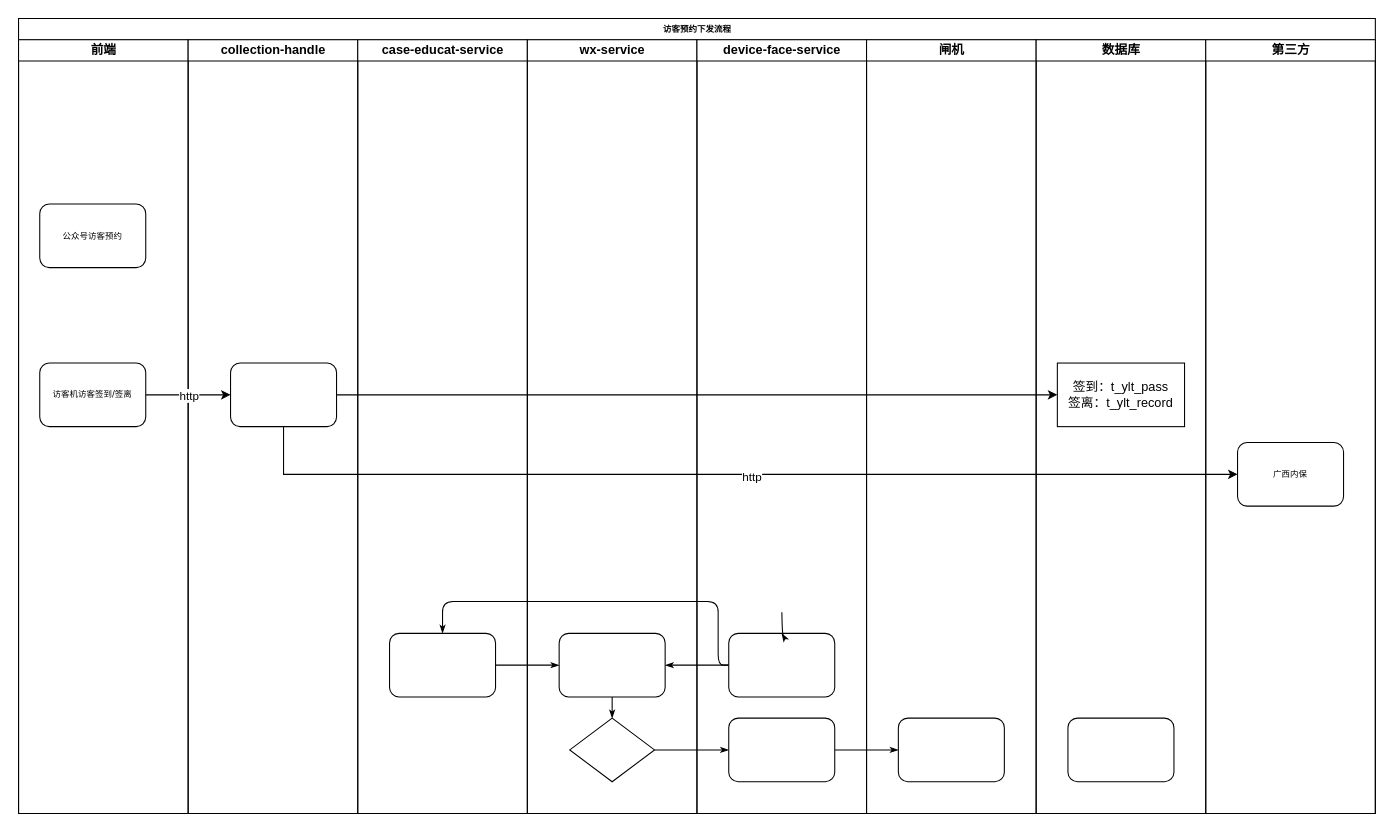
This is Untitled Diagram.drawio from zhenyinhuo/hello-world, a draw.io file, before an edit. Source tidied: cells renumbered, new cells numbered last; positions are measured from the earlier drawing's top-left corner, leaving out a move shared by most shapes. Both pictures are drawn from the tidied source at 106%, with x=0, y=0 at pixel (18, 18).
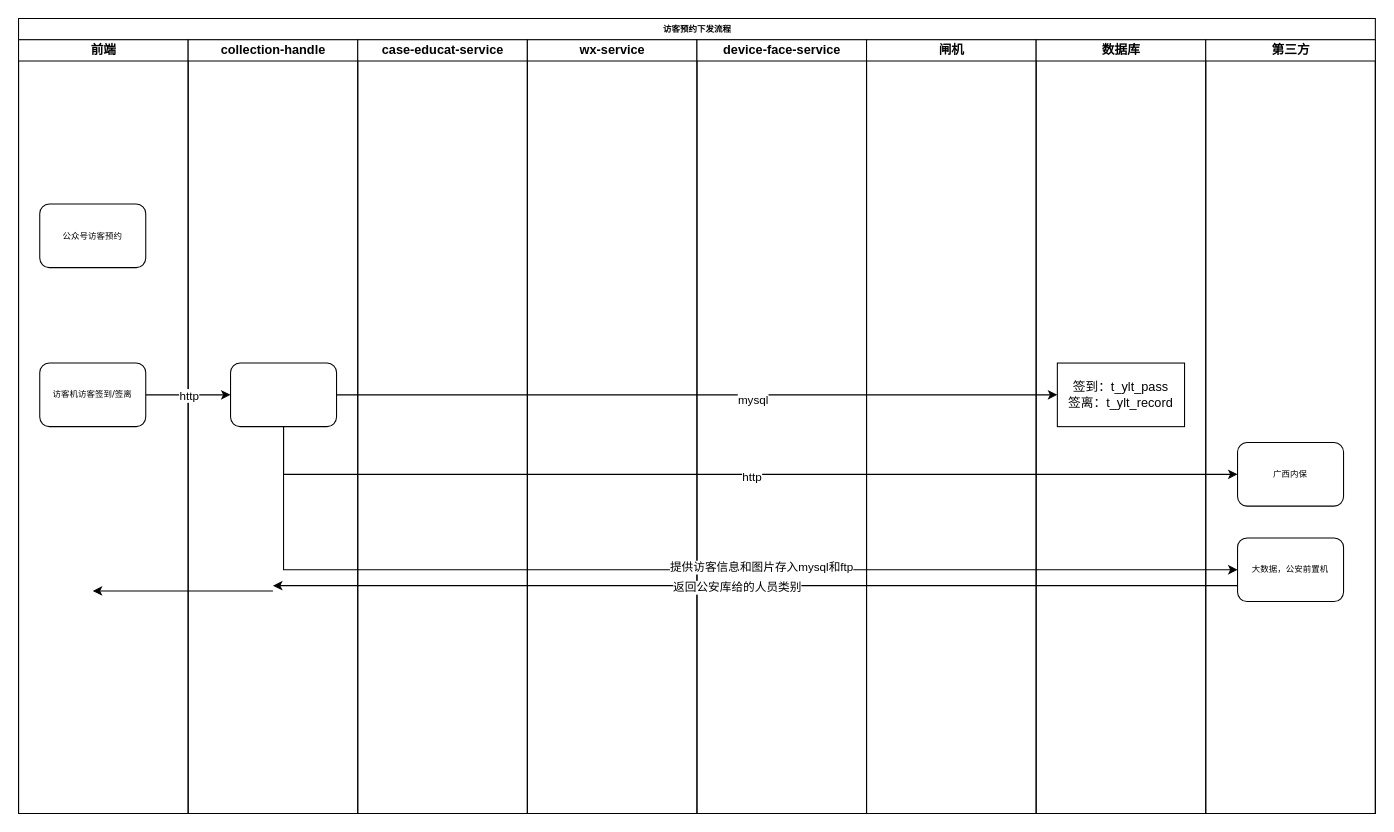
The same diagram, later.

Unchanged cells that the change refers to:
```xml
<mxCell id="2" value="访客预约下发流程" style="swimlane;html=1;startSize=20;rounded=0;shadow=0;labelBackgroundColor=none;strokeWidth=1;fontFamily=Verdana;fontSize=8;align=center;" parent="1" vertex="1">
  <mxGeometry width="1280" height="750" as="geometry" />
</mxCell>
<mxCell id="12" style="rounded=1;whiteSpace=wrap;html=1;shadow=0;labelBackgroundColor=none;strokeWidth=1;fontFamily=Verdana;fontSize=8;align=center;" parent="11" vertex="1">
  <mxGeometry x="40" y="305" width="100" height="60" as="geometry" />
</mxCell>
<mxCell id="13" value="case-educat-service" style="swimlane;html=1;startSize=20;" parent="2" vertex="1">
  <mxGeometry x="320" y="20" width="160" height="730" as="geometry" />
</mxCell>
<mxCell id="15" value="wx-service" style="swimlane;html=1;startSize=20;" parent="2" vertex="1">
  <mxGeometry x="480" y="20" width="160" height="730" as="geometry" />
</mxCell>
<mxCell id="19" value="device-face-service" style="swimlane;html=1;startSize=20;" parent="2" vertex="1">
  <mxGeometry x="640" y="20" width="160" height="730" as="geometry" />
</mxCell>
<mxCell id="23" value="闸机" style="swimlane;html=1;startSize=20;" parent="2" vertex="1">
  <mxGeometry x="800" y="20" width="160" height="730" as="geometry" />
</mxCell>
<mxCell id="25" value="数据库" style="swimlane;html=1;startSize=20;" parent="2" vertex="1">
  <mxGeometry x="960" y="20" width="160" height="730" as="geometry" />
</mxCell>
<mxCell id="28" value="第三方" style="swimlane;html=1;startSize=20;" parent="2" vertex="1">
  <mxGeometry x="1120" y="20" width="160" height="730" as="geometry" />
</mxCell>
<mxCell id="32" style="edgeStyle=orthogonalEdgeStyle;rounded=0;jettySize=auto;html=1;exitX=1;exitY=0.5;exitDx=0;exitDy=0;entryX=0;entryY=0.5;entryDx=0;entryDy=0;" parent="2" edge="1" source="12" target="27">
  <mxGeometry relative="1" as="geometry" />
</mxCell>
```

Diff of the diagram source:
```diff
@@
-    <mxCell id="6" style="edgeStyle=orthogonalEdgeStyle;rounded=1;html=1;labelBackgroundColor=none;startArrow=none;startFill=0;startSize=5;endArrow=classicThin;endFill=1;endSize=5;jettySize=auto;strokeWidth=1;fontFamily=Verdana;fontSize=8;" parent="2" edge="1" source="17" target="21">
-      <mxGeometry relative="1" as="geometry" />
-    </mxCell>
-    <mxCell id="7" style="edgeStyle=orthogonalEdgeStyle;rounded=1;html=1;labelBackgroundColor=none;startArrow=none;startFill=0;startSize=5;endArrow=classicThin;endFill=1;endSize=5;jettySize=auto;strokeWidth=1;fontFamily=Verdana;fontSize=8;" parent="2" edge="1" source="21" target="24">
-      <mxGeometry relative="1" as="geometry" />
-    </mxCell>
-    <mxCell id="8" style="edgeStyle=orthogonalEdgeStyle;rounded=1;html=1;labelBackgroundColor=none;startArrow=none;startFill=0;startSize=5;endArrow=classicThin;endFill=1;endSize=5;jettySize=auto;strokeWidth=1;fontFamily=Verdana;fontSize=8;" parent="2" edge="1" source="20" target="14">
-      <mxGeometry relative="1" as="geometry">
-        <Array as="points">
-          <mxPoint x="660" y="610" />
-          <mxPoint x="660" y="550" />
-          <mxPoint x="400" y="550" />
-        </Array>
-      </mxGeometry>
-    </mxCell>
-    <mxCell id="9" style="edgeStyle=orthogonalEdgeStyle;rounded=1;html=1;labelBackgroundColor=none;startArrow=none;startFill=0;startSize=5;endArrow=classicThin;endFill=1;endSize=5;jettySize=auto;strokeColor=#000000;strokeWidth=1;fontFamily=Verdana;fontSize=8;fontColor=#000000;" parent="2" edge="1" source="20" target="16">
-      <mxGeometry relative="1" as="geometry" />
-    </mxCell>
-    <mxCell id="10" style="edgeStyle=orthogonalEdgeStyle;rounded=1;html=1;labelBackgroundColor=none;startArrow=none;startFill=0;startSize=5;endArrow=classicThin;endFill=1;endSize=5;jettySize=auto;strokeWidth=1;fontFamily=Verdana;fontSize=8;" parent="2" edge="1" source="14" target="16">
-      <mxGeometry relative="1" as="geometry" />
-    </mxCell>
@@
-    <mxCell id="14" style="rounded=1;whiteSpace=wrap;html=1;shadow=0;labelBackgroundColor=none;strokeWidth=1;fontFamily=Verdana;fontSize=8;align=center;" parent="13" vertex="1">
-      <mxGeometry x="30" y="560" width="100" height="60" as="geometry" />
-    </mxCell>
@@
-    <mxCell id="16" style="rounded=1;whiteSpace=wrap;html=1;shadow=0;labelBackgroundColor=none;strokeWidth=1;fontFamily=Verdana;fontSize=8;align=center;" parent="15" vertex="1">
-      <mxGeometry x="30" y="560" width="100" height="60" as="geometry" />
-    </mxCell>
-    <mxCell id="17" style="rhombus;whiteSpace=wrap;html=1;rounded=0;shadow=0;labelBackgroundColor=none;strokeWidth=1;fontFamily=Verdana;fontSize=8;align=center;" parent="15" vertex="1">
-      <mxGeometry x="40" y="640" width="80" height="60" as="geometry" />
-    </mxCell>
-    <mxCell id="18" style="edgeStyle=orthogonalEdgeStyle;rounded=1;html=1;labelBackgroundColor=none;startArrow=none;startFill=0;startSize=5;endArrow=classicThin;endFill=1;endSize=5;jettySize=auto;strokeWidth=1;fontFamily=Verdana;fontSize=8;" parent="15" edge="1" source="16" target="17">
-      <mxGeometry relative="1" as="geometry" />
-    </mxCell>
@@
-    <mxCell id="20" style="rounded=1;whiteSpace=wrap;html=1;shadow=0;labelBackgroundColor=none;strokeWidth=1;fontFamily=Verdana;fontSize=8;align=center;" parent="19" vertex="1">
-      <mxGeometry x="30" y="560" width="100" height="60" as="geometry" />
-    </mxCell>
-    <mxCell id="21" style="rounded=1;whiteSpace=wrap;html=1;shadow=0;labelBackgroundColor=none;strokeWidth=1;fontFamily=Verdana;fontSize=8;align=center;" parent="19" vertex="1">
-      <mxGeometry x="30" y="640" width="100" height="60" as="geometry" />
-    </mxCell>
-    <mxCell id="22" style="edgeStyle=orthogonalEdgeStyle;rounded=1;html=1;labelBackgroundColor=none;startArrow=none;startFill=0;startSize=5;endArrow=classicThin;endFill=1;endSize=5;jettySize=auto;strokeWidth=1;fontFamily=Verdana;fontSize=8;" parent="19" edge="1" target="20">
-      <mxGeometry relative="1" as="geometry">
-        <mxPoint x="80.1" y="540" as="sourcePoint" />
-      </mxGeometry>
-    </mxCell>
@@
-    <mxCell id="24" style="rounded=1;whiteSpace=wrap;html=1;shadow=0;labelBackgroundColor=none;strokeWidth=1;fontFamily=Verdana;fontSize=8;align=center;" parent="23" vertex="1">
-      <mxGeometry x="30" y="640" width="100" height="60" as="geometry" />
-    </mxCell>
@@
-    <mxCell id="26" style="rounded=1;whiteSpace=wrap;html=1;shadow=0;labelBackgroundColor=none;strokeWidth=1;fontFamily=Verdana;fontSize=8;align=center;" parent="25" vertex="1">
-      <mxGeometry x="30" y="640" width="100" height="60" as="geometry" />
-    </mxCell>
@@
+    <mxCell id="26" value="大数据，公安前置机" style="rounded=1;whiteSpace=wrap;html=1;shadow=0;labelBackgroundColor=none;strokeWidth=1;fontFamily=Verdana;fontSize=8;align=center;" parent="28" vertex="1">
+      <mxGeometry x="30" y="470" width="100" height="60" as="geometry" />
+    </mxCell>
@@
+    <mxCell id="35" value="mysql" style="edgeLabel;html=1;align=center;verticalAlign=middle;" parent="32" vertex="1">
+      <mxGeometry x="0.15" y="-4" relative="1" as="geometry">
+        <mxPoint x="1" as="offset" />
+      </mxGeometry>
+    </mxCell>
@@
+    <mxCell id="36" style="edgeStyle=elbowEdgeStyle;elbow=horizontal;endArrow=classic;html=1;rounded=0;exitX=0.5;exitY=1;exitDx=0;exitDy=0;entryX=0;entryY=0.5;entryDx=0;entryDy=0;" parent="2" edge="1" source="12" target="26">
+      <mxGeometry relative="1" as="geometry">
+        <Array as="points">
+          <mxPoint x="250" y="530" />
+        </Array>
+      </mxGeometry>
+    </mxCell>
+    <mxCell id="37" value="提供访客信息和图片存入mysql和ftp" style="edgeLabel;html=1;align=center;verticalAlign=middle;" parent="36" vertex="1">
+      <mxGeometry x="0.13" y="3" relative="1" as="geometry" />
+    </mxCell>
+    <mxCell id="38" style="edgeStyle=elbowEdgeStyle;elbow=horizontal;endArrow=classic;html=1;rounded=0;exitX=0;exitY=0.75;exitDx=0;exitDy=0;" parent="1" edge="1" source="26">
+      <mxGeometry relative="1" as="geometry">
+        <mxPoint x="240" y="535" as="targetPoint" />
+        <Array as="points">
+          <mxPoint x="695" y="535" />
+        </Array>
+      </mxGeometry>
+    </mxCell>
+    <mxCell id="39" value="返回公安库给的人员类别" style="edgeLabel;html=1;align=center;verticalAlign=middle;" parent="38" vertex="1">
+      <mxGeometry x="0.04" y="1" relative="1" as="geometry" />
+    </mxCell>
+    <mxCell id="40" style="edgeStyle=elbowEdgeStyle;elbow=horizontal;endArrow=classic;html=1;rounded=0;" parent="1" edge="1">
+      <mxGeometry relative="1" as="geometry">
+        <mxPoint x="240" y="540" as="sourcePoint" />
+        <mxPoint x="70" y="540" as="targetPoint" />
+      </mxGeometry>
+    </mxCell>
```
